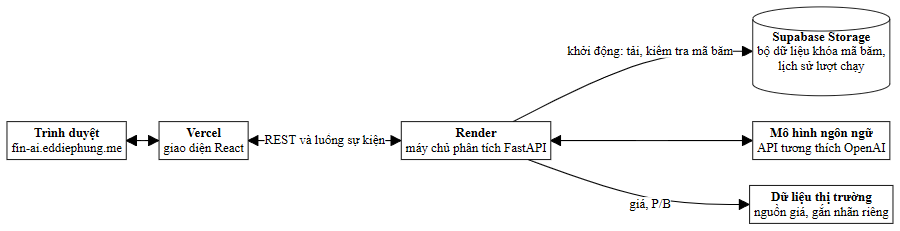
This is docs/thesis-v2/figures/hinh-4-3-kien-truc-trien-khai.png from thaicuong576/final-thesis, a Mermaid export, as it was before one commit. Its source is kept beside it as docs/thesis-v2/figures/hinh-4-3-kien-truc-trien-khai.mmd.
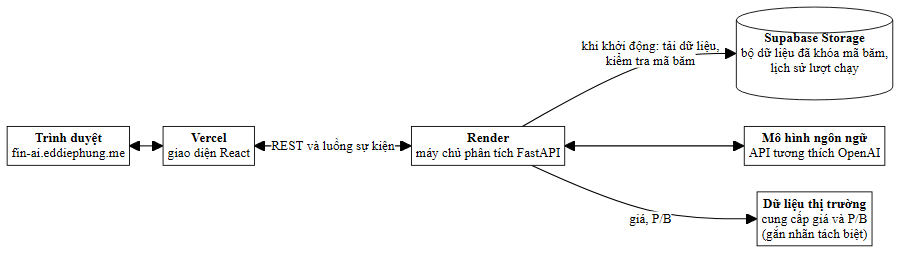
After the commit.

The edit, as a diff of the source:
```diff
@@ -2,11 +2,11 @@
     B["<b>Trình duyệt</b><br/>fin-ai.eddiephung.me"]
     FE["<b>Vercel</b><br/>giao diện React"]
     BE["<b>Render</b><br/>máy chủ phân tích FastAPI"]
-    ST[("<b>Supabase Storage</b><br/>bộ dữ liệu khóa mã băm,<br/>lịch sử lượt chạy")]
+    ST[("<b>Supabase Storage</b><br/>bộ dữ liệu đã khóa mã băm,<br/>lịch sử lượt chạy")]
     LLM["<b>Mô hình ngôn ngữ</b><br/>API tương thích OpenAI"]
-    MK["<b>Dữ liệu thị trường</b><br/>nguồn giá, gắn nhãn riêng"]
+    MK["<b>Dữ liệu thị trường</b><br/>cung cấp giá và P/B<br/>(gắn nhãn tách biệt)"]
     B <--> FE
     FE <-->|"REST và luồng sự kiện"| BE
-    BE -->|"khởi động: tải, kiểm tra mã băm"| ST
+    BE -->|"khi khởi động: tải dữ liệu,<br/>kiểm tra mã băm"| ST
     BE <--> LLM
     BE -->|"giá, P/B"| MK
```
